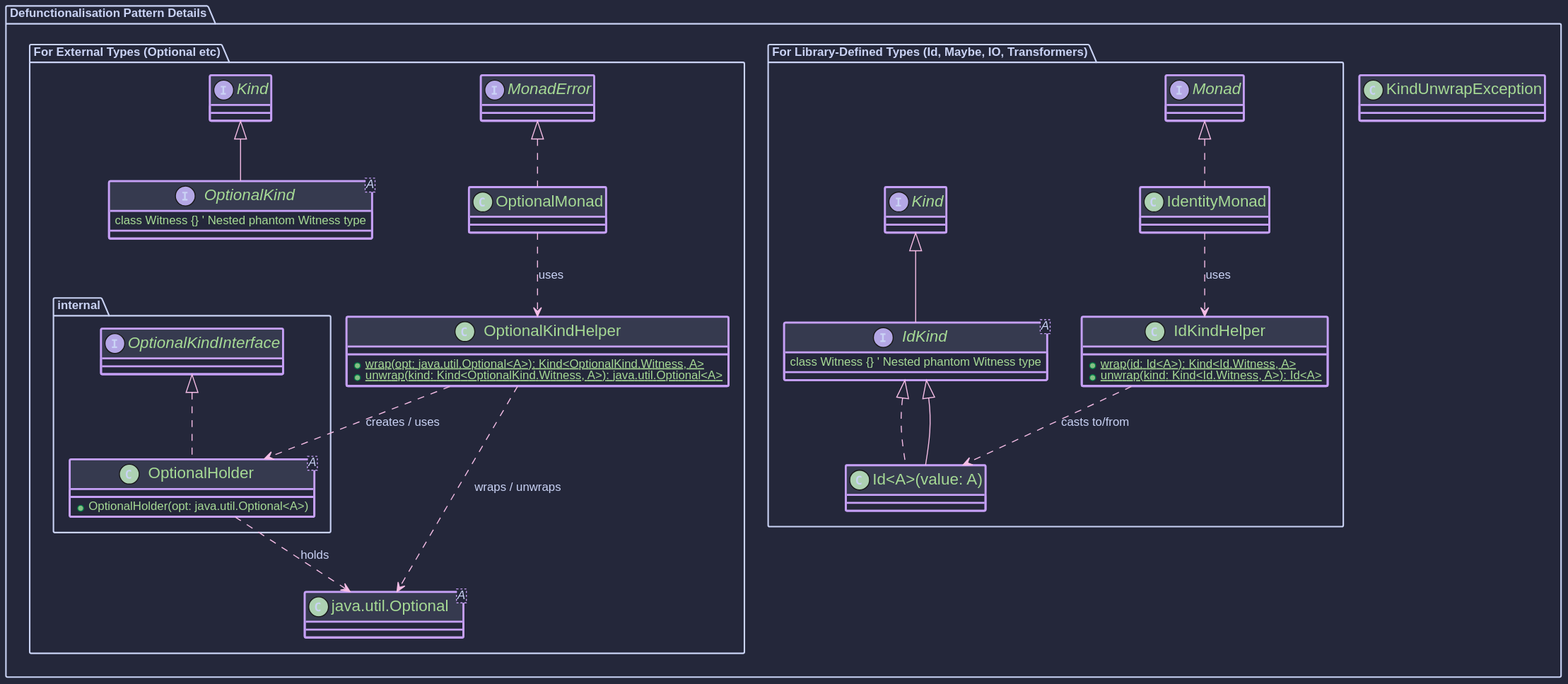
Above: hkj-book/src/images/puml/core_interfaces.svg in higher-kinded-j/higher-kinded-j (PlantUML), before the change.
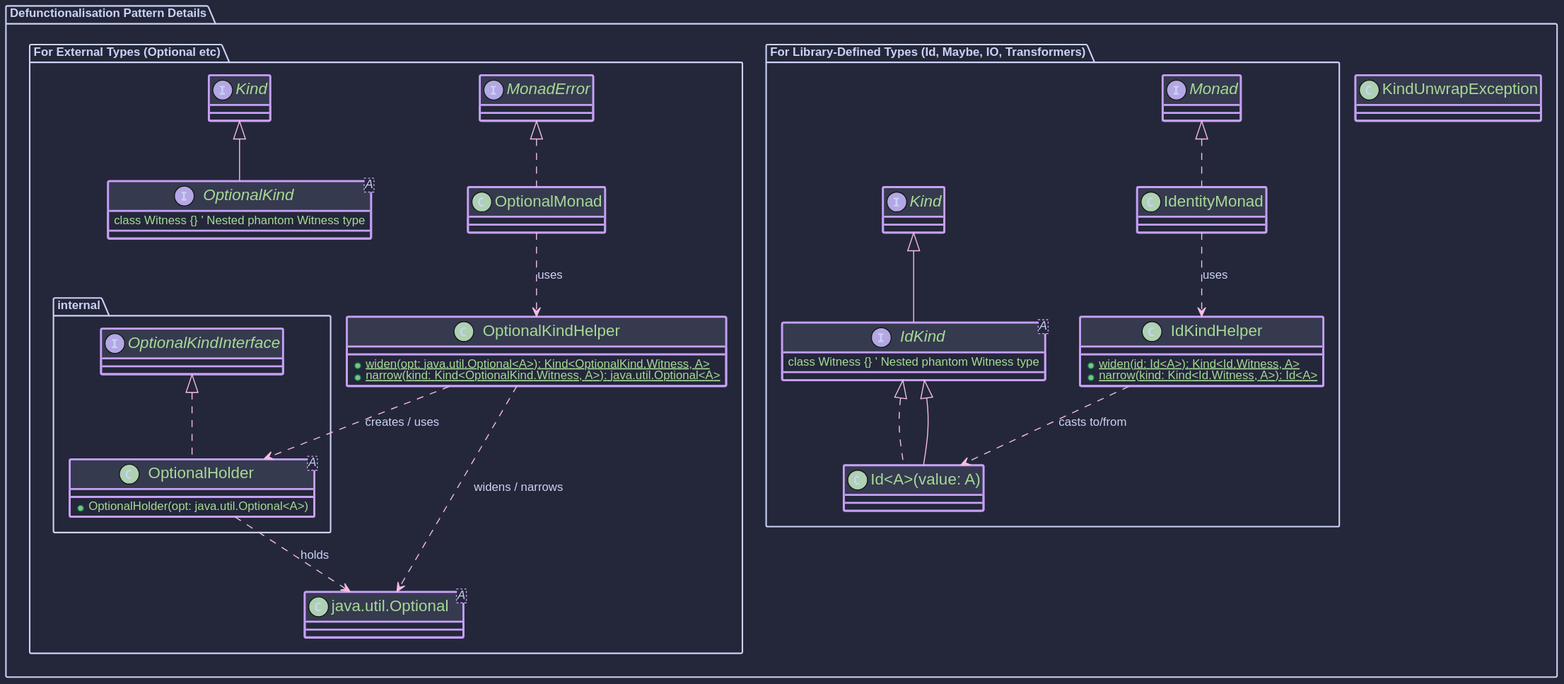
Above is the later version.

The edit, as a diff of the source:
```diff
@@ -17,12 +17,12 @@
             }
         }
         OptionalKindHelper ..> OptionalHolder : "creates / uses"
-        OptionalKindHelper ..> JavaOptional : "wraps / unwraps"
+        OptionalKindHelper ..> JavaOptional : "widens / narrows"
         OptionalHolder ..> JavaOptional : "holds"
 
         class "OptionalKindHelper" as OptionalKindHelper {
-            + {static} wrap(opt: java.util.Optional<A>): Kind<OptionalKind.Witness, A>
-            + {static} unwrap(kind: Kind<OptionalKind.Witness, A>): java.util.Optional<A>
+            + {static} widen(opt: java.util.Optional<A>): Kind<OptionalKind.Witness, A>
+            + {static} narrow(kind: Kind<OptionalKind.Witness, A>): java.util.Optional<A>
         }
         class "OptionalMonad" as OptionalMonad implements MonadError<OptionalKind.Witness, Unit> {
         }
@@ -38,8 +38,8 @@
         IdRecord --|> IdKindInterface
 
         class "IdKindHelper" as IdKindHelper {
-            + {static} wrap(id: Id<A>): Kind<Id.Witness, A>
-            + {static} unwrap(kind: Kind<Id.Witness, A>): Id<A>
+            + {static} widen(id: Id<A>): Kind<Id.Witness, A>
+            + {static} narrow(kind: Kind<Id.Witness, A>): Id<A>
         }
         IdKindHelper ..> IdRecord : "casts to/from"
 
```
